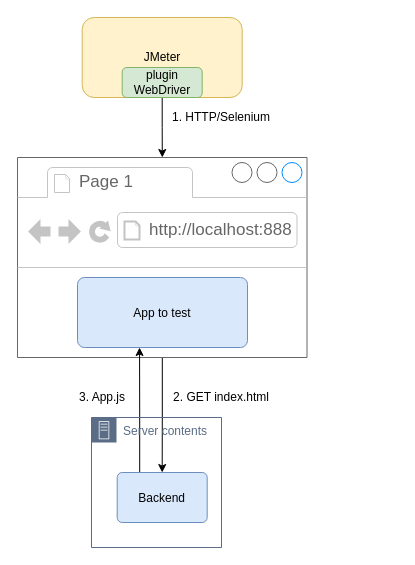
Earlier version of the draw.io diagram slideshow/images/jmeter-selenium.drawio (iroco-co/benchmark-react-vuejs). Source tidied: cells renumbered, new cells numbered last; positions are measured from the earlier drawing's top-left corner, leaving out a move shared by most shapes. Both pictures are drawn from the tidied source at 100%, with x=0, y=0 at pixel (17, 17).
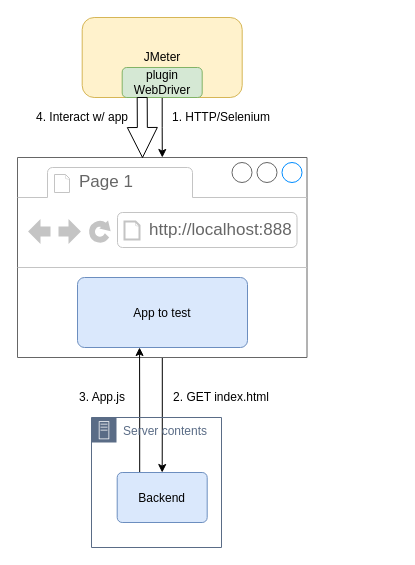
Above is the later version.

Diff of the diagram source:
```diff
@@
 <mxGraphModel>
   <root>
     <mxCell id="0" />
     <mxCell id="1" parent="0" />
     <mxCell id="2" style="edgeStyle=orthogonalEdgeStyle;rounded=0;jettySize=auto;html=1;" parent="1" edge="1" source="3" target="12">
       <mxGeometry relative="1" as="geometry" />
     </mxCell>
     <mxCell id="3" style="strokeWidth=1;shadow=0;dashed=0;align=center;html=1;shape=mxgraph.mockup.containers.browserWindow;rSize=0;strokeColor=#666666;strokeColor2=#008cff;strokeColor3=#c4c4c4;mainText=,;" parent="1" vertex="1">
       <mxGeometry y="140" width="289.5" height="200" as="geometry" />
     </mxCell>
     <mxCell id="4" value="Page 1" style="strokeWidth=1;shadow=0;dashed=0;align=center;html=1;shape=mxgraph.mockup.containers.anchor;fontSize=17;fontColor=#666666;align=left;" parent="3" vertex="1">
       <mxGeometry x="60" y="12" width="110" height="26" as="geometry" />
     </mxCell>
     <mxCell id="5" value="http://localhost:888" style="strokeWidth=1;shadow=0;dashed=0;align=center;html=1;shape=mxgraph.mockup.containers.anchor;rSize=0;fontSize=17;fontColor=#666666;align=left;" parent="3" vertex="1">
       <mxGeometry x="130" y="60" width="250" height="26" as="geometry" />
     </mxCell>
     <mxCell id="6" value="App to test" style="rounded=1;arcSize=10;strokeColor=#6c8ebf;fillColor=#dae8fc;" parent="3" vertex="1">
       <mxGeometry x="60" y="120" width="170" height="70" as="geometry" />
     </mxCell>
     <mxCell id="7" style="edgeStyle=orthogonalEdgeStyle;rounded=0;jettySize=auto;html=1;" parent="1" edge="1" source="8" target="3">
       <mxGeometry relative="1" as="geometry" />
     </mxCell>
     <mxCell id="8" value="JMeter" style="rounded=1;whiteSpace=wrap;html=1;fillColor=#fff2cc;strokeColor=#d6b656;" parent="1" vertex="1">
       <mxGeometry x="64.7" width="160" height="80" as="geometry" />
     </mxCell>
     <mxCell id="9" value="&lt;div&gt;1. HTTP/Selenium&lt;/div&gt;" style="text;html=1;strokeColor=none;fillColor=none;align=center;verticalAlign=middle;whiteSpace=wrap;rounded=0;" parent="1" vertex="1">
       <mxGeometry x="139" y="90" width="130" height="20" as="geometry" />
     </mxCell>
     <mxCell id="10" style="edgeStyle=orthogonalEdgeStyle;rounded=0;jettySize=auto;html=1;entryX=0.365;entryY=1;entryDx=0;entryDy=0;exitX=0.25;exitY=0;exitDx=0;exitDy=0;entryPerimeter=0;" parent="1" edge="1" source="12" target="6">
       <mxGeometry relative="1" as="geometry" />
     </mxCell>
     <mxCell id="11" value="Server contents" style="gradientColor=none;html=1;whiteSpace=wrap;fontSize=12;fontStyle=0;shape=mxgraph.aws4.group;grIcon=mxgraph.aws4.group_on_premise;strokeColor=#5A6C86;fillColor=none;verticalAlign=top;align=left;spacingLeft=30;fontColor=#5A6C86;dashed=0;" parent="1" vertex="1">
       <mxGeometry x="74" y="400" width="130" height="130" as="geometry" />
     </mxCell>
     <mxCell id="12" value="Backend" style="rounded=1;arcSize=10;strokeColor=#6c8ebf;fillColor=#dae8fc;" parent="1" vertex="1">
       <mxGeometry x="99.7" y="455" width="90" height="50" as="geometry" />
     </mxCell>
     <mxCell id="13" value="2. GET index.html" style="text;html=1;strokeColor=none;fillColor=none;align=center;verticalAlign=middle;whiteSpace=wrap;rounded=0;" parent="1" vertex="1">
       <mxGeometry x="149" y="370" width="110" height="20" as="geometry" />
     </mxCell>
     <mxCell id="14" value="3. App.js" style="text;html=1;strokeColor=none;fillColor=none;align=center;verticalAlign=middle;whiteSpace=wrap;rounded=0;" parent="1" vertex="1">
       <mxGeometry x="30" y="370" width="110" height="20" as="geometry" />
     </mxCell>
     <mxCell id="15" value="plugin WebDriver" style="rounded=1;whiteSpace=wrap;html=1;fillColor=#d5e8d4;strokeColor=#82b366;" parent="1" vertex="1">
       <mxGeometry x="104.7" y="50" width="80" height="30" as="geometry" />
     </mxCell>
+    <mxCell id="16" style="endArrow=classic;html=1;exitX=0.25;exitY=1;exitDx=0;exitDy=0;shape=arrow;" parent="1" edge="1" source="15">
+      <mxGeometry relative="1" as="geometry">
+        <mxPoint x="125" y="140" as="targetPoint" />
+      </mxGeometry>
+    </mxCell>
+    <mxCell id="17" value="&lt;div&gt;4. Interact w/ app&lt;br&gt;&lt;/div&gt;" style="text;html=1;strokeColor=none;fillColor=none;align=center;verticalAlign=middle;whiteSpace=wrap;rounded=0;" parent="1" vertex="1">
+      <mxGeometry y="90" width="130" height="20" as="geometry" />
+    </mxCell>
   </root>
 </mxGraphModel>
```
